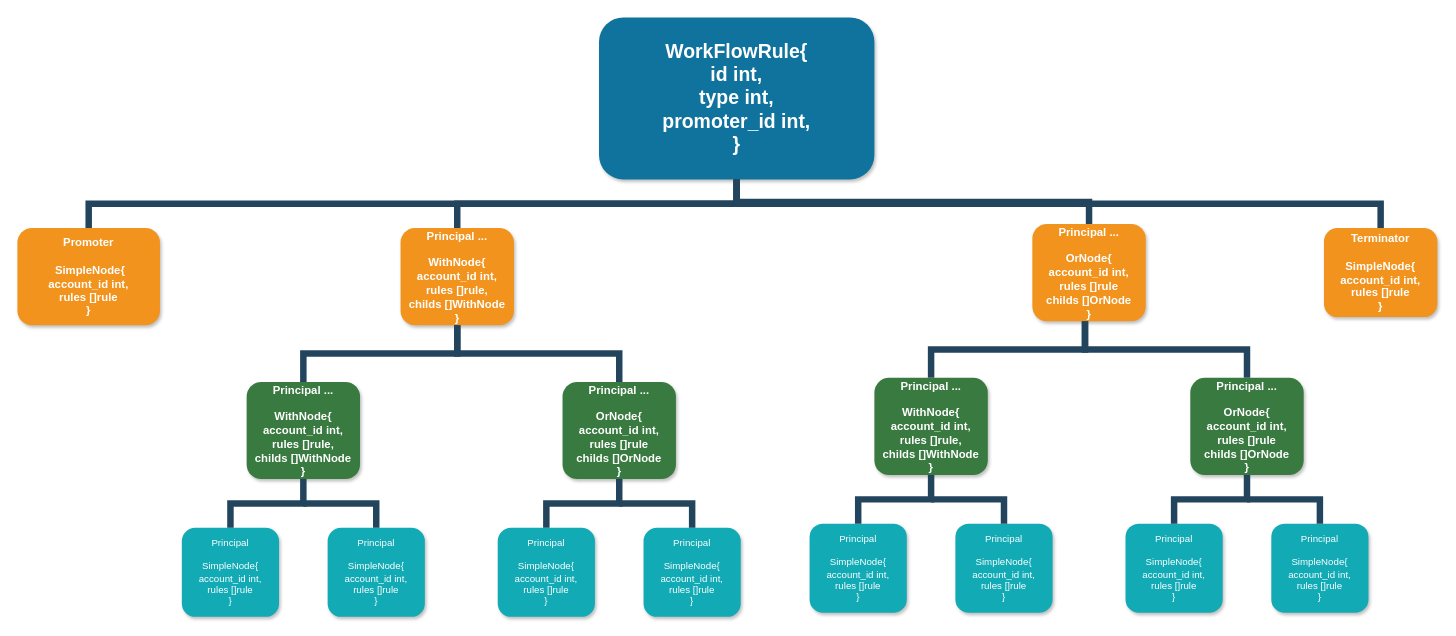
The draw.io diagram 审批通知流.drawio in zylhorse/diagrams, before the edit. Source tidied: cells renumbered, new cells numbered last; positions are measured from the earlier drawing's top-left corner, leaving out a move shared by most shapes. Both pictures are drawn from the tidied source at 81%, with x=0, y=0 at pixel (17, 17).
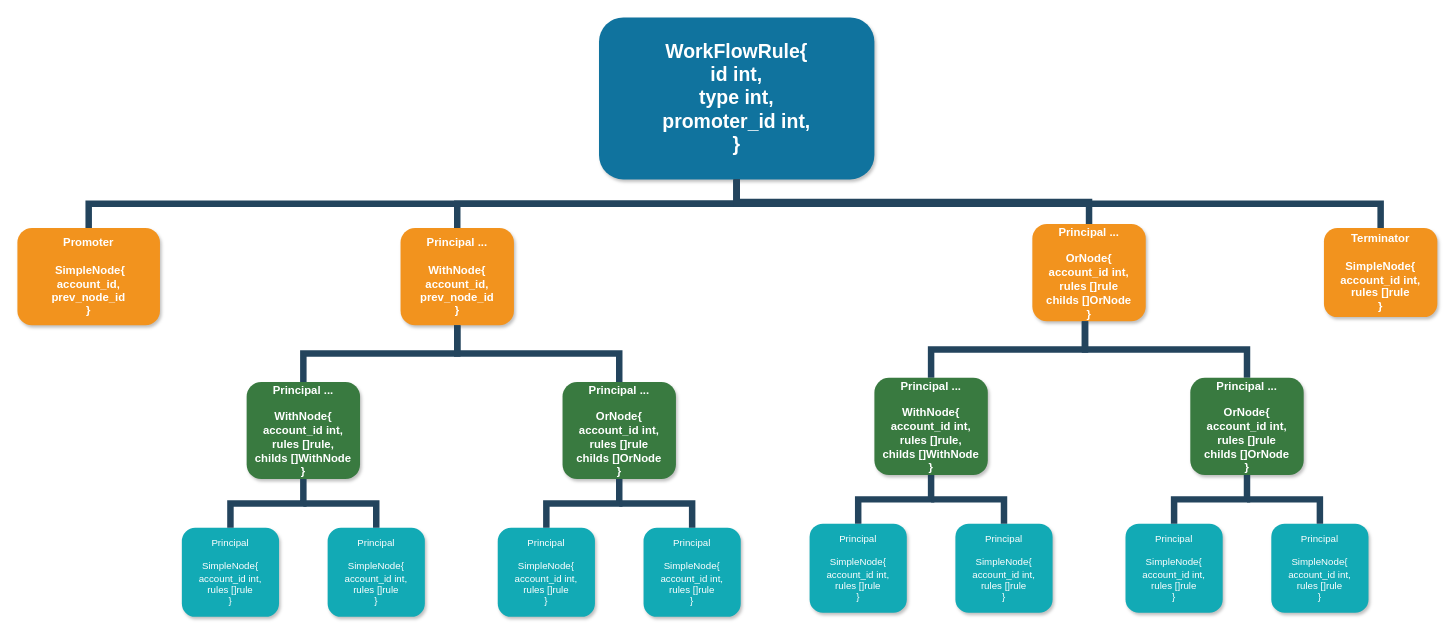
The same page after the edit.

Commit message:
更新审批通知流.drawio

What changed in the source:
```diff
@@
-    <mxCell id="3" value="Promoter&#10;&#10; SimpleNode{&#10;account_id int,&#10;rules []rule&#10;}" style="whiteSpace=wrap;rounded=1;fillColor=#F2931E;strokeColor=none;shadow=1;fontColor=#FFFFFF;fontStyle=1;fontSize=14;" parent="1" vertex="1">
+    <mxCell id="3" value="Promoter&#10;&#10; SimpleNode{&#10;account_id,&#10;prev_node_id&#10;}" style="whiteSpace=wrap;rounded=1;fillColor=#F2931E;strokeColor=none;shadow=1;fontColor=#FFFFFF;fontStyle=1;fontSize=14;" parent="1" vertex="1">
       <mxGeometry y="260" width="176" height="120" as="geometry" />
     </mxCell>
-    <mxCell id="4" value="Principal ...&#10;&#10;WithNode{&#10;account_id int,&#10;rules []rule,&#10;childs []WithNode&#10;}" style="whiteSpace=wrap;rounded=1;fillColor=#F2931E;strokeColor=none;shadow=1;fontColor=#FFFFFF;fontStyle=1;fontSize=14;" parent="1" vertex="1">
+    <mxCell id="4" value="Principal ...&#10;&#10;WithNode{&#10;account_id,&#10;prev_node_id&#10;}" style="whiteSpace=wrap;rounded=1;fillColor=#F2931E;strokeColor=none;shadow=1;fontColor=#FFFFFF;fontStyle=1;fontSize=14;" parent="1" vertex="1">
       <mxGeometry x="473" y="260" width="140" height="120" as="geometry" />
     </mxCell>
```
